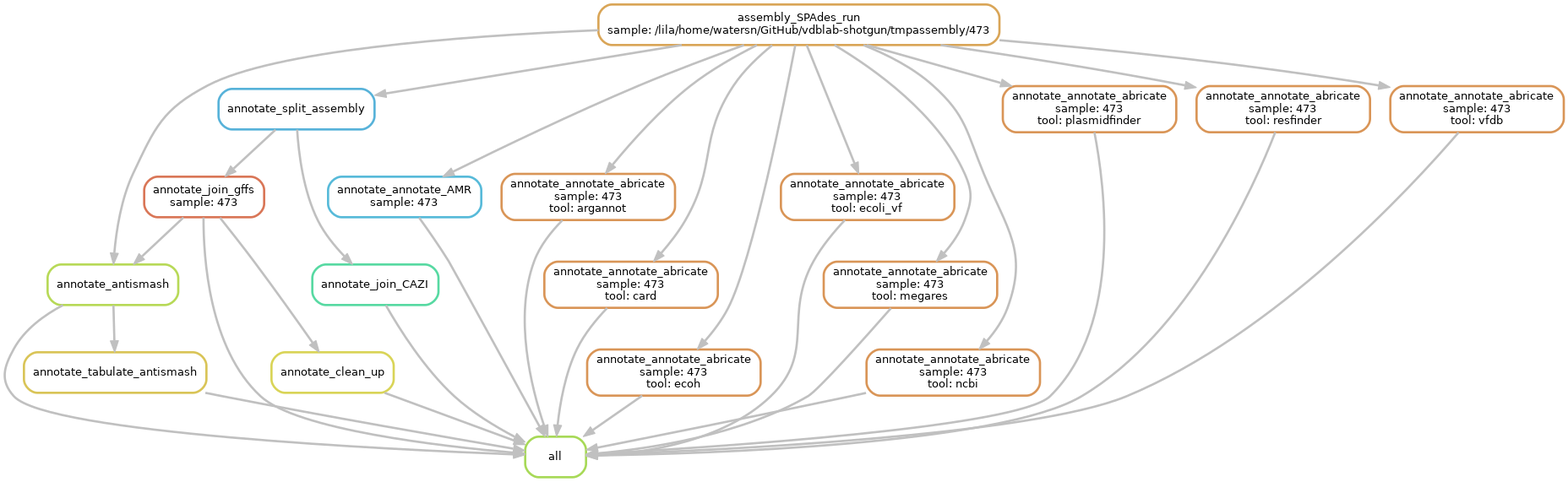
Earlier version of the Graphviz export images/annotate_dag.png (vdblab/vdblab-shotgun). Its source is kept beside it as images/annotate_dag.dot. Its diagram source:
```dot
digraph snakemake_dag {
    graph[bgcolor=white, margin=0];
    node[shape=box, style=rounded, fontname=sans,                 fontsize=10, penwidth=2];
    edge[penwidth=2, color=grey];
	0[label = "all", color = "0.23 0.6 0.85", style="rounded"];
	1[label = "annotate_antismash", color = "0.21 0.6 0.85", style="rounded"];
	2[label = "assembly_SPAdes_run\nsample: /lila/home/watersn/GitHub/vdblab-shotgun/tmpassembly/473", color = "0.10 0.6 0.85", style="rounded"];
	3[label = "annotate_split_assembly", color = "0.55 0.6 0.85", style="rounded"];
	4[label = "annotate_tabulate_antismash", color = "0.14 0.6 0.85", style="rounded"];
	5[label = "annotate_annotate_AMR\nsample: 473", color = "0.54 0.6 0.85", style="rounded"];
	6[label = "annotate_annotate_abricate\nsample: 473\ntool: argannot", color = "0.08 0.6 0.85", style="rounded"];
	7[label = "annotate_annotate_abricate\nsample: 473\ntool: card", color = "0.08 0.6 0.85", style="rounded"];
	8[label = "annotate_annotate_abricate\nsample: 473\ntool: ecoh", color = "0.08 0.6 0.85", style="rounded"];
	9[label = "annotate_annotate_abricate\nsample: 473\ntool: ecoli_vf", color = "0.08 0.6 0.85", style="rounded"];
	10[label = "annotate_annotate_abricate\nsample: 473\ntool: megares", color = "0.08 0.6 0.85", style="rounded"];
	11[label = "annotate_annotate_abricate\nsample: 473\ntool: ncbi", color = "0.08 0.6 0.85", style="rounded"];
	12[label = "annotate_annotate_abricate\nsample: 473\ntool: plasmidfinder", color = "0.08 0.6 0.85", style="rounded"];
	13[label = "annotate_annotate_abricate\nsample: 473\ntool: resfinder", color = "0.08 0.6 0.85", style="rounded"];
	14[label = "annotate_annotate_abricate\nsample: 473\ntool: vfdb", color = "0.08 0.6 0.85", style="rounded"];
	15[label = "annotate_clean_up", color = "0.16 0.6 0.85", style="rounded"];
	16[label = "annotate_join_gffs\nsample: 473", color = "0.04 0.6 0.85", style="rounded"];
	17[label = "annotate_join_CAZI", color = "0.43 0.6 0.85", style="rounded"];
	1 -> 0
	4 -> 0
	5 -> 0
	6 -> 0
	7 -> 0
	8 -> 0
	9 -> 0
	10 -> 0
	11 -> 0
	12 -> 0
	13 -> 0
	14 -> 0
	15 -> 0
	16 -> 0
	17 -> 0
	2 -> 1
	16 -> 1
	2 -> 3
	1 -> 4
	2 -> 5
	2 -> 6
	2 -> 7
	2 -> 8
	2 -> 9
	2 -> 10
	2 -> 11
	2 -> 12
	2 -> 13
	2 -> 14
	16 -> 15
	3 -> 16
	3 -> 17
}
```
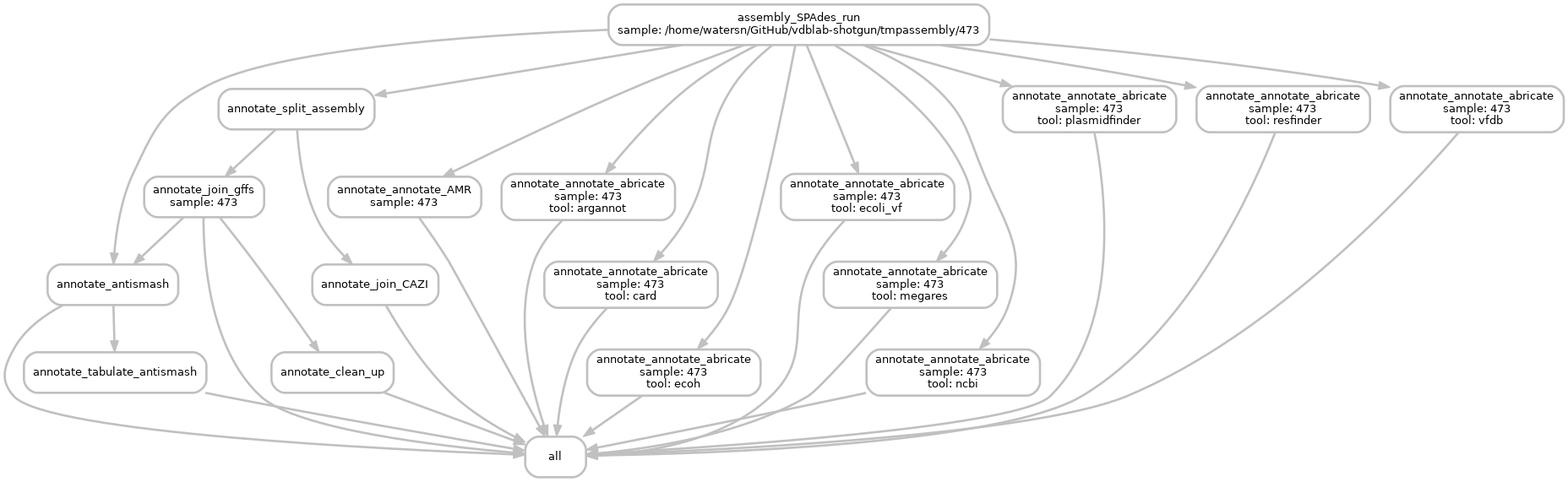
After the commit.

Change to the diagram source:
```diff
@@ -2,24 +2,24 @@
     graph[bgcolor=white, margin=0];
     node[shape=box, style=rounded, fontname=sans,                 fontsize=10, penwidth=2];
     edge[penwidth=2, color=grey];
-	0[label = "all", color = "0.23 0.6 0.85", style="rounded"];
-	1[label = "annotate_antismash", color = "0.21 0.6 0.85", style="rounded"];
-	2[label = "assembly_SPAdes_run\nsample: /lila/home/watersn/GitHub/vdblab-shotgun/tmpassembly/473", color = "0.10 0.6 0.85", style="rounded"];
-	3[label = "annotate_split_assembly", color = "0.55 0.6 0.85", style="rounded"];
-	4[label = "annotate_tabulate_antismash", color = "0.14 0.6 0.85", style="rounded"];
-	5[label = "annotate_annotate_AMR\nsample: 473", color = "0.54 0.6 0.85", style="rounded"];
-	6[label = "annotate_annotate_abricate\nsample: 473\ntool: argannot", color = "0.08 0.6 0.85", style="rounded"];
-	7[label = "annotate_annotate_abricate\nsample: 473\ntool: card", color = "0.08 0.6 0.85", style="rounded"];
-	8[label = "annotate_annotate_abricate\nsample: 473\ntool: ecoh", color = "0.08 0.6 0.85", style="rounded"];
-	9[label = "annotate_annotate_abricate\nsample: 473\ntool: ecoli_vf", color = "0.08 0.6 0.85", style="rounded"];
-	10[label = "annotate_annotate_abricate\nsample: 473\ntool: megares", color = "0.08 0.6 0.85", style="rounded"];
-	11[label = "annotate_annotate_abricate\nsample: 473\ntool: ncbi", color = "0.08 0.6 0.85", style="rounded"];
-	12[label = "annotate_annotate_abricate\nsample: 473\ntool: plasmidfinder", color = "0.08 0.6 0.85", style="rounded"];
-	13[label = "annotate_annotate_abricate\nsample: 473\ntool: resfinder", color = "0.08 0.6 0.85", style="rounded"];
-	14[label = "annotate_annotate_abricate\nsample: 473\ntool: vfdb", color = "0.08 0.6 0.85", style="rounded"];
-	15[label = "annotate_clean_up", color = "0.16 0.6 0.85", style="rounded"];
-	16[label = "annotate_join_gffs\nsample: 473", color = "0.04 0.6 0.85", style="rounded"];
-	17[label = "annotate_join_CAZI", color = "0.43 0.6 0.85", style="rounded"];
+	0[label = "all", color = "grey", style="rounded"];
+	1[label = "annotate_antismash", color = "grey", style="rounded"];
+	2[label = "assembly_SPAdes_run\nsample: /home/watersn/GitHub/vdblab-shotgun/tmpassembly/473", color = "grey", style="rounded"];
+	3[label = "annotate_split_assembly", color = "grey", style="rounded"];
+	4[label = "annotate_tabulate_antismash", color = "grey", style="rounded"];
+	5[label = "annotate_annotate_AMR\nsample: 473", color = "grey", style="rounded"];
+	6[label = "annotate_annotate_abricate\nsample: 473\ntool: argannot", color = "grey", style="rounded"];
+	7[label = "annotate_annotate_abricate\nsample: 473\ntool: card", color = "grey", style="rounded"];
+	8[label = "annotate_annotate_abricate\nsample: 473\ntool: ecoh", color = "grey", style="rounded"];
+	9[label = "annotate_annotate_abricate\nsample: 473\ntool: ecoli_vf", color = "grey", style="rounded"];
+	10[label = "annotate_annotate_abricate\nsample: 473\ntool: megares", color = "grey", style="rounded"];
+	11[label = "annotate_annotate_abricate\nsample: 473\ntool: ncbi", color = "grey", style="rounded"];
+	12[label = "annotate_annotate_abricate\nsample: 473\ntool: plasmidfinder", color = "grey", style="rounded"];
+	13[label = "annotate_annotate_abricate\nsample: 473\ntool: resfinder", color = "grey", style="rounded"];
+	14[label = "annotate_annotate_abricate\nsample: 473\ntool: vfdb", color = "grey", style="rounded"];
+	15[label = "annotate_clean_up", color = "grey", style="rounded"];
+	16[label = "annotate_join_gffs\nsample: 473", color = "grey", style="rounded"];
+	17[label = "annotate_join_CAZI", color = "grey", style="rounded"];
 	1 -> 0
 	4 -> 0
 	5 -> 0
```
